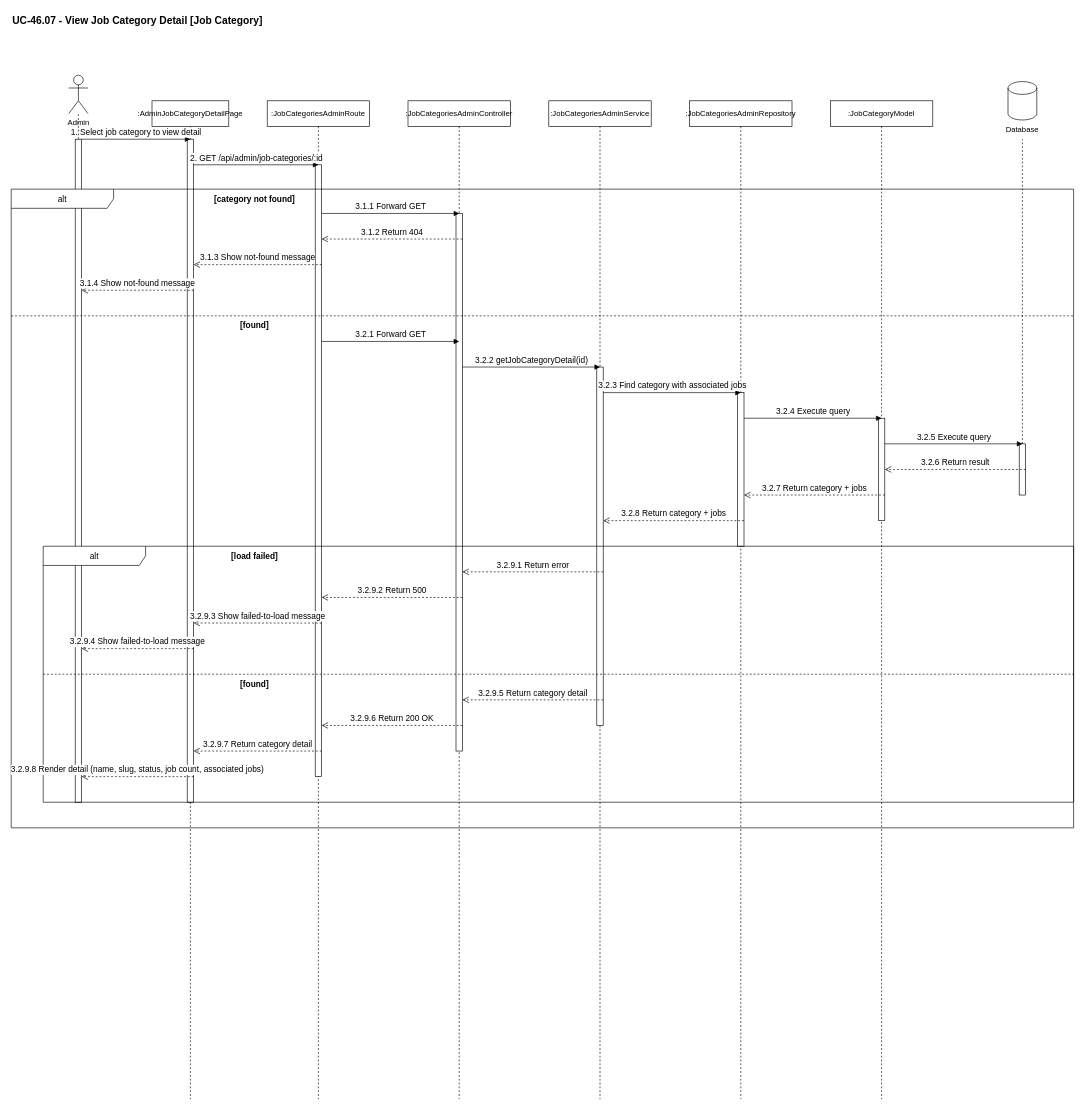
This is sequence-diagrams/UC-46.07_-_View_Job_Category_Detail.drawio from Thunggg/Frevia, a draw.io file, before an edit. Source tidied: cells renumbered, new cells numbered last; positions are measured from the earlier drawing's top-left corner, leaving out a move shared by most shapes. Both pictures are drawn from the tidied source at 64%, with x=0, y=0 at pixel (11, 11).
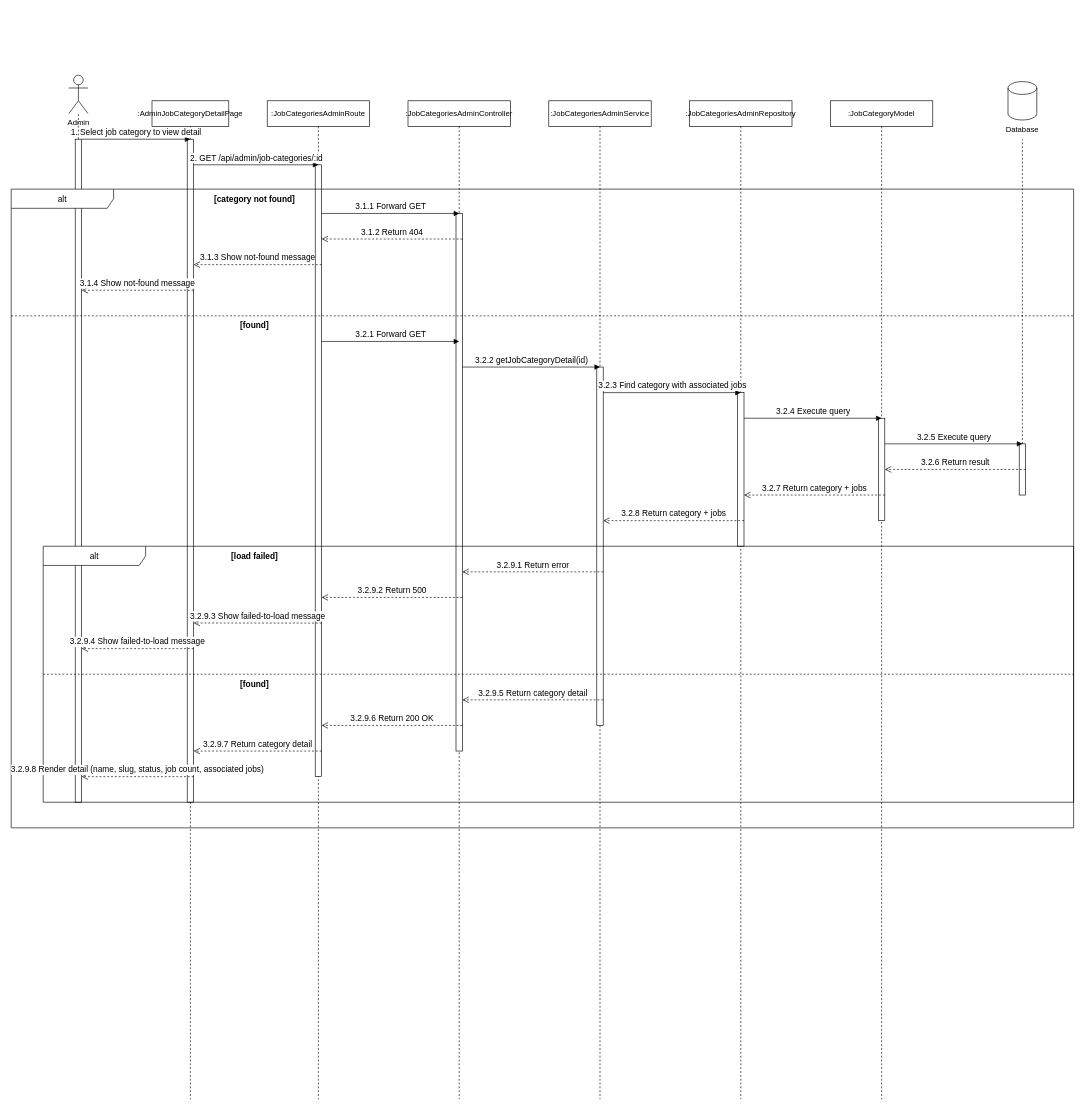
Above is the later version.

Diff of the diagram source:
```diff
@@
-    <mxCell id="2" value="UC-46.07 - View Job Category Detail [Job Category]" style="text;html=1;align=left;verticalAlign=middle;whiteSpace=wrap;rounded=0;fontSize=16;fontStyle=1;" parent="1" vertex="1">
-      <mxGeometry width="700" height="30" as="geometry" />
-    </mxCell>
```
